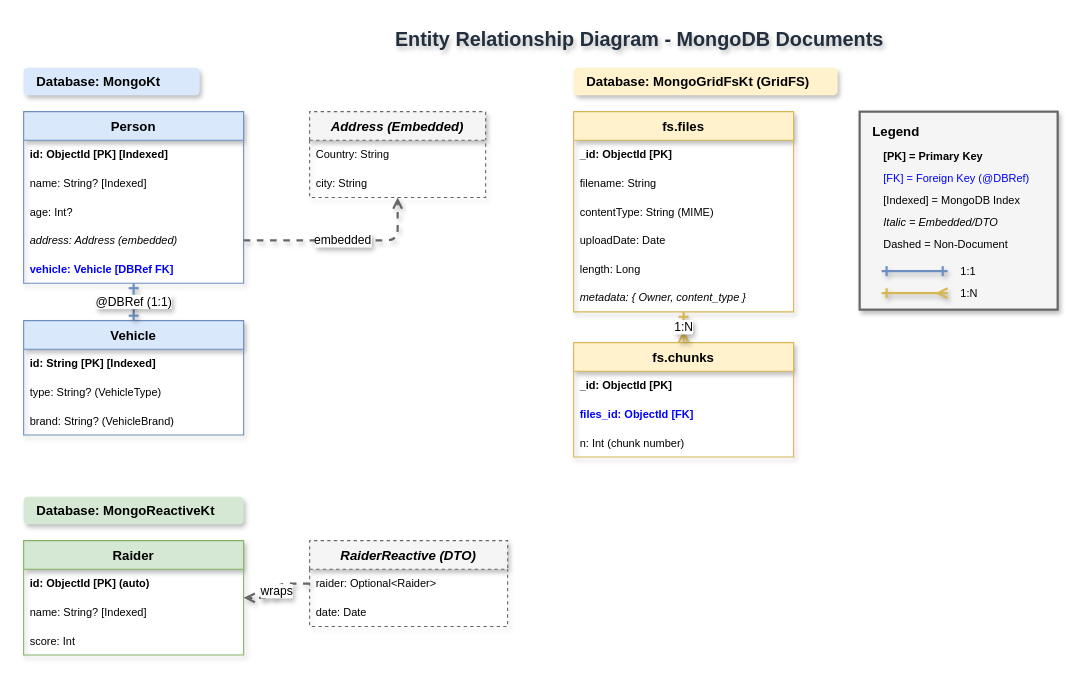
Before: claude-md-drawio/sample-project-mono-lessons-kotlin-spring-mongo-master/diagrams/entity-erd.drawio in MrParkerZ7/mono-poc-claude-prompt-diagram-generator, a draw.io diagram. Source tidied: cells renumbered, new cells numbered last; positions are measured from the earlier drawing's top-left corner, leaving out a move shared by most shapes. Both pictures are drawn from the tidied source at 110%, with x=0, y=0 at pixel (23, 23).
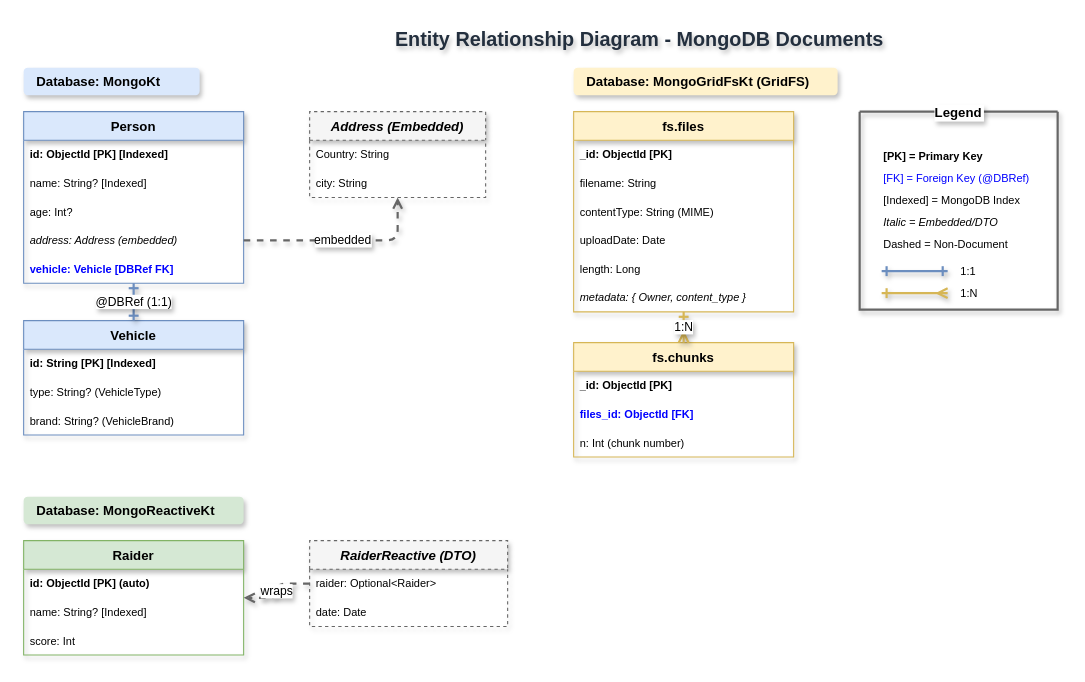
Above is the later version.

The edit, as a diff of the source:
```diff
@@
-    <mxCell id="41" value="Legend" style="rounded=0;whiteSpace=wrap;html=1;fillColor=#f5f5f5;strokeColor=#666666;strokeWidth=2;verticalAlign=top;align=left;spacingLeft=10;spacingTop=5;fontStyle=1;fontSize=12;shadow=1;" parent="1" vertex="1">
+    <mxCell id="41" value="Legend" style="swimlane;startSize=0;strokeWidth=2;labelBorderColor=none;textShadow=1;labelBackgroundColor=default;fillColor=#f5f5f5;strokeColor=#666666;fontSize=12;fontStyle=1;shadow=1;" parent="1" vertex="1">
       <mxGeometry x="760" y="80" width="180" height="180" as="geometry" />
     </mxCell>
```
